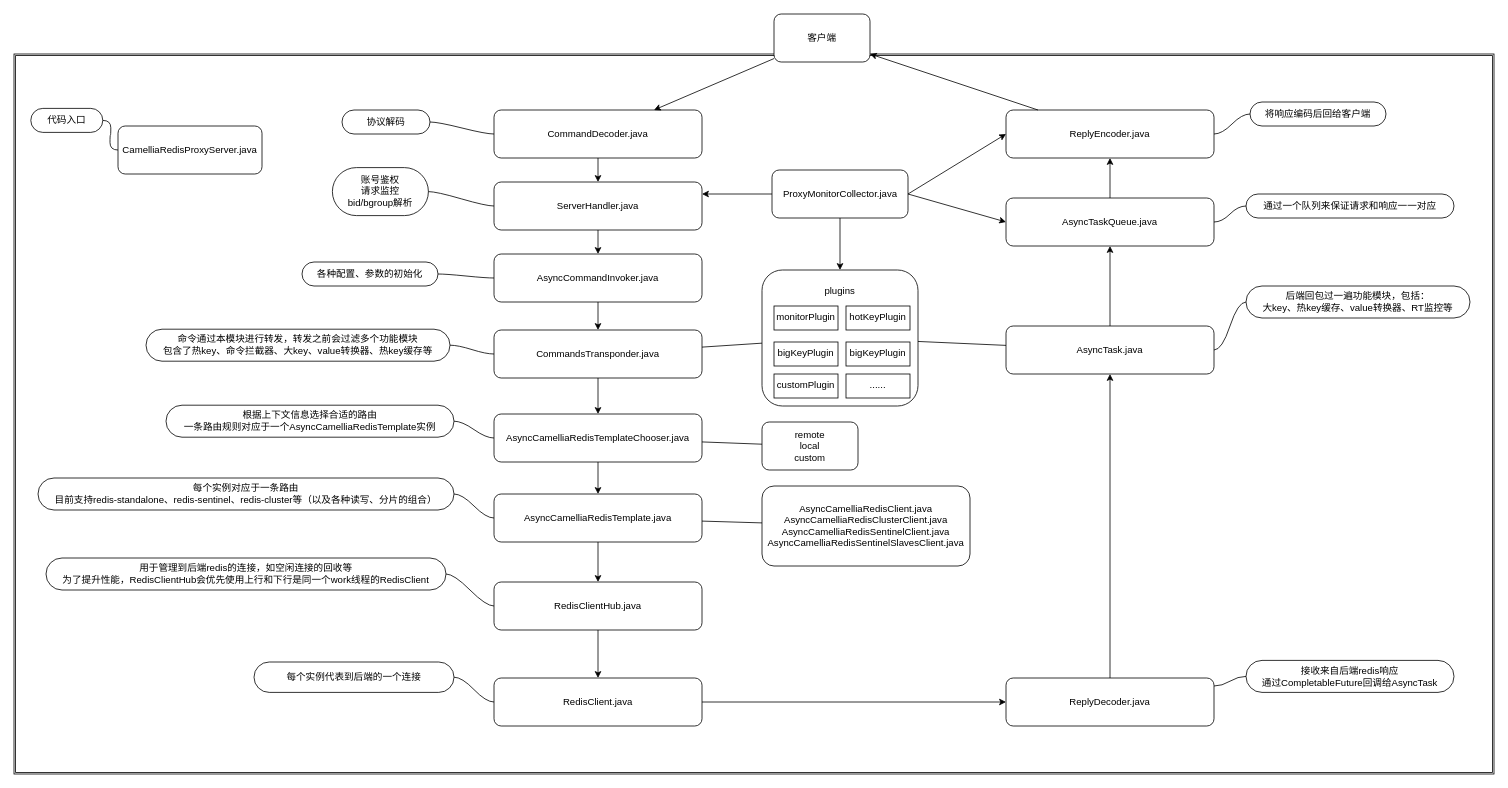
Earlier version of the draw.io diagram docs/redis-proxy/code/redis-proxy-code.drawio (netease-im/camellia). Source tidied: cells renumbered, new cells numbered last; positions are measured from the earlier drawing's top-left corner, leaving out a move shared by most shapes. Both pictures are drawn from the tidied source at 80%, with x=0, y=0 at pixel (14, 14).
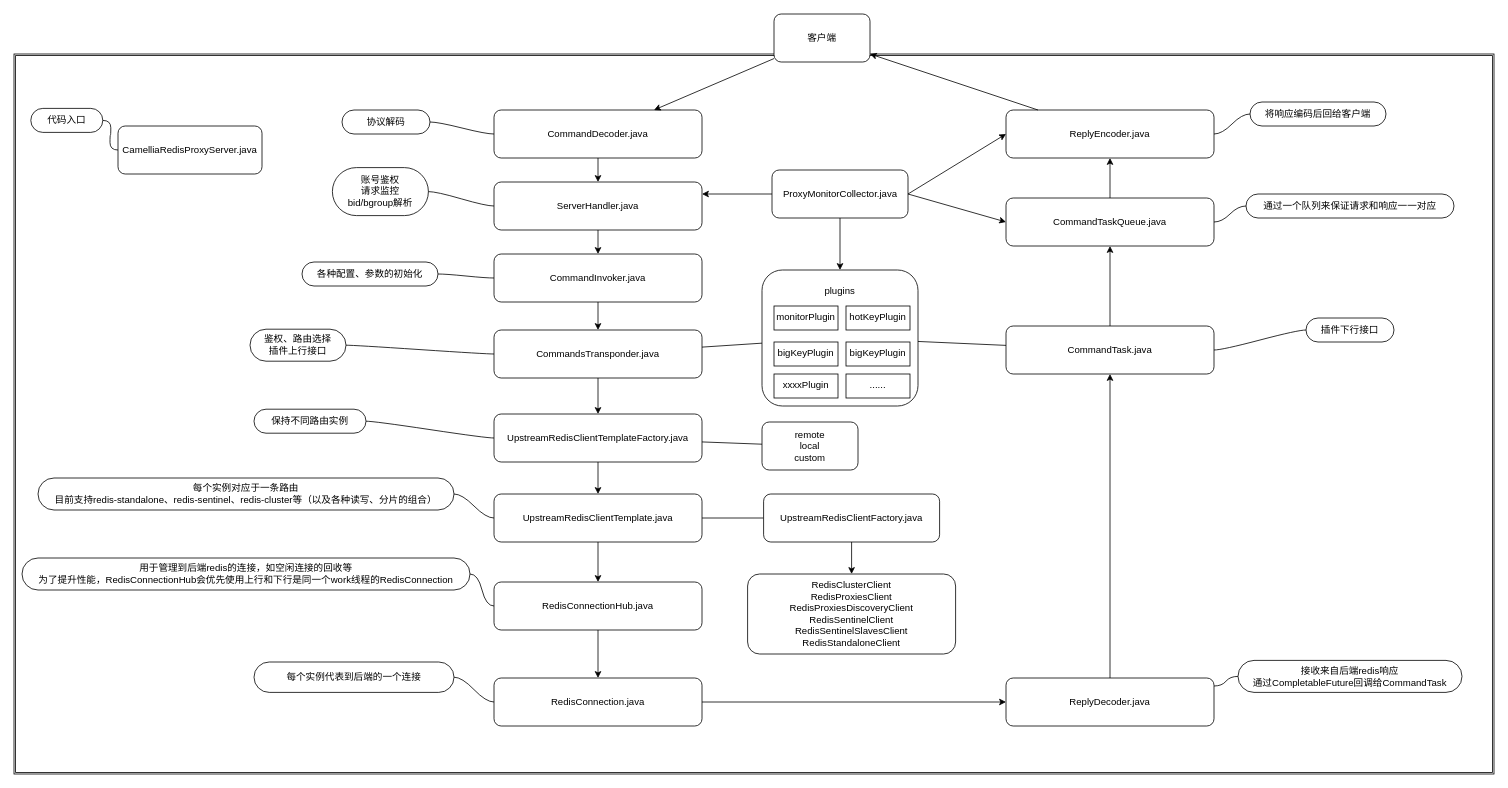
After the change.

What changed in the source:
```diff
@@
-    <mxCell id="6" value="AsyncCommandInvoker.java" style="rounded=1;whiteSpace=wrap;html=1;" parent="1" vertex="1">
+    <mxCell id="6" value="CommandInvoker.java" style="rounded=1;whiteSpace=wrap;html=1;" parent="1" vertex="1">
       <mxGeometry x="600" y="300" width="260" height="60" as="geometry" />
     </mxCell>
@@
-    <mxCell id="13" value="AsyncCamelliaRedisTemplateChooser.java" style="rounded=1;whiteSpace=wrap;html=1;" parent="1" vertex="1">
+    <mxCell id="13" value="UpstreamRedisClientTemplateFactory.java" style="rounded=1;whiteSpace=wrap;html=1;" parent="1" vertex="1">
       <mxGeometry x="600" y="500" width="260" height="60" as="geometry" />
     </mxCell>
@@
-    <mxCell id="15" value="AsyncCamelliaRedisTemplate.java" style="rounded=1;whiteSpace=wrap;html=1;" parent="1" vertex="1">
+    <mxCell id="15" value="UpstreamRedisClientTemplate.java" style="rounded=1;whiteSpace=wrap;html=1;" parent="1" vertex="1">
       <mxGeometry x="600" y="600" width="260" height="60" as="geometry" />
     </mxCell>
@@
-    <mxCell id="19" value="&lt;p style=&quot;line-height: 150% ; font-size: 12px&quot;&gt;&lt;/p&gt;&lt;div style=&quot;font-size: 12px&quot;&gt;AsyncCamelliaRedisClient.java&lt;/div&gt;&lt;div style=&quot;font-size: 12px&quot;&gt;AsyncCamelliaRedisClusterClient.java&lt;/div&gt;&lt;div style=&quot;font-size: 12px&quot;&gt;AsyncCamelliaRedisSentinelClient.java&lt;/div&gt;&lt;div style=&quot;font-size: 12px&quot;&gt;AsyncCamelliaRedisSentinelSlavesClient.java&lt;/div&gt;&lt;p style=&quot;font-size: 12px&quot;&gt;&lt;/p&gt;" style="rounded=1;whiteSpace=wrap;html=1;spacing=22;fontSize=12;spacingTop=0;" parent="1" vertex="1">
-      <mxGeometry x="935" y="590" width="260" height="100" as="geometry" />
+    <mxCell id="19" value="&lt;p style=&quot;line-height: 150% ; font-size: 12px&quot;&gt;&lt;/p&gt;&lt;div style=&quot;font-size: 12px&quot;&gt;&lt;div&gt;RedisClusterClient&lt;/div&gt;&lt;div&gt;RedisProxiesClient&lt;/div&gt;&lt;div&gt;RedisProxiesDiscoveryClient&lt;/div&gt;&lt;div&gt;RedisSentinelClient&lt;/div&gt;&lt;div&gt;RedisSentinelSlavesClient&lt;/div&gt;&lt;div&gt;RedisStandaloneClient&lt;/div&gt;&lt;/div&gt;&lt;p style=&quot;font-size: 12px&quot;&gt;&lt;/p&gt;" style="rounded=1;whiteSpace=wrap;html=1;spacing=22;fontSize=12;spacingTop=0;" parent="1" vertex="1">
+      <mxGeometry x="917" y="700" width="260" height="100" as="geometry" />
     </mxCell>
-    <mxCell id="20" style="endArrow=none;html=1;fontSize=12;" parent="1" edge="1" source="15" target="19">
+    <mxCell id="20" style="endArrow=none;html=1;fontSize=12;" parent="1" edge="1" source="15" target="74">
       <mxGeometry relative="1" as="geometry" />
     </mxCell>
@@
-    <mxCell id="27" value="命令通过本模块进行转发，转发之前会过滤多个功能模块&lt;br&gt;包含了热key、命令拦截器、大key、value转换器、热key缓存等" style="whiteSpace=wrap;html=1;rounded=1;arcSize=50;align=center;verticalAlign=middle;strokeWidth=1;spacing=4;newEdgeStyle={&quot;edgeStyle&quot;:&quot;entityRelationEdgeStyle&quot;,&quot;startArrow&quot;:&quot;none&quot;,&quot;endArrow&quot;:&quot;none&quot;,&quot;segment&quot;:10,&quot;curved&quot;:1};fontSize=12;" parent="1" vertex="1">
-      <mxGeometry x="165" y="394" width="380" height="40" as="geometry" />
+    <mxCell id="27" value="鉴权、路由选择&lt;br&gt;插件上行接口" style="whiteSpace=wrap;html=1;rounded=1;arcSize=50;align=center;verticalAlign=middle;strokeWidth=1;spacing=4;newEdgeStyle={&quot;edgeStyle&quot;:&quot;entityRelationEdgeStyle&quot;,&quot;startArrow&quot;:&quot;none&quot;,&quot;endArrow&quot;:&quot;none&quot;,&quot;segment&quot;:10,&quot;curved&quot;:1};fontSize=12;" parent="1" vertex="1">
+      <mxGeometry x="295" y="394" width="120" height="40" as="geometry" />
     </mxCell>
@@
-    <mxCell id="29" value="根据上下文信息选择合适的路由&lt;br&gt;一条路由规则对应于一个AsyncCamelliaRedisTemplate实例" style="whiteSpace=wrap;html=1;rounded=1;arcSize=50;align=center;verticalAlign=middle;strokeWidth=1;spacing=4;newEdgeStyle={&quot;edgeStyle&quot;:&quot;entityRelationEdgeStyle&quot;,&quot;startArrow&quot;:&quot;none&quot;,&quot;endArrow&quot;:&quot;none&quot;,&quot;segment&quot;:10,&quot;curved&quot;:1};fontSize=12;" parent="1" vertex="1">
-      <mxGeometry x="190" y="489" width="360" height="40" as="geometry" />
+    <mxCell id="29" value="保持不同路由实例" style="whiteSpace=wrap;html=1;rounded=1;arcSize=50;align=center;verticalAlign=middle;strokeWidth=1;spacing=4;newEdgeStyle={&quot;edgeStyle&quot;:&quot;entityRelationEdgeStyle&quot;,&quot;startArrow&quot;:&quot;none&quot;,&quot;endArrow&quot;:&quot;none&quot;,&quot;segment&quot;:10,&quot;curved&quot;:1};fontSize=12;" parent="1" vertex="1">
+      <mxGeometry x="300" y="494" width="140" height="30" as="geometry" />
     </mxCell>
@@
-    <mxCell id="33" value="RedisClientHub.java" style="rounded=1;whiteSpace=wrap;html=1;" parent="1" vertex="1">
+    <mxCell id="33" value="RedisConnectionHub.java" style="rounded=1;whiteSpace=wrap;html=1;" parent="1" vertex="1">
       <mxGeometry x="600" y="710" width="260" height="60" as="geometry" />
     </mxCell>
-    <mxCell id="34" value="RedisClient.java" style="rounded=1;whiteSpace=wrap;html=1;" parent="1" vertex="1">
+    <mxCell id="34" value="RedisConnection.java" style="rounded=1;whiteSpace=wrap;html=1;" parent="1" vertex="1">
       <mxGeometry x="600" y="830" width="260" height="60" as="geometry" />
     </mxCell>
@@
-    <mxCell id="37" value="用于管理到后端redis的连接，如空闲连接的回收等&lt;br&gt;为了提升性能，RedisClientHub会优先使用上行和下行是同一个work线程的RedisClient" style="whiteSpace=wrap;html=1;rounded=1;arcSize=50;align=center;verticalAlign=middle;strokeWidth=1;spacing=4;newEdgeStyle={&quot;edgeStyle&quot;:&quot;entityRelationEdgeStyle&quot;,&quot;startArrow&quot;:&quot;none&quot;,&quot;endArrow&quot;:&quot;none&quot;,&quot;segment&quot;:10,&quot;curved&quot;:1};fontSize=12;" parent="1" vertex="1">
-      <mxGeometry x="40" y="680" width="500" height="40" as="geometry" />
+    <mxCell id="37" value="用于管理到后端redis的连接，如空闲连接的回收等&lt;br&gt;为了提升性能，RedisConnectionHub会优先使用上行和下行是同一个work线程的RedisConnection" style="whiteSpace=wrap;html=1;rounded=1;arcSize=50;align=center;verticalAlign=middle;strokeWidth=1;spacing=4;newEdgeStyle={&quot;edgeStyle&quot;:&quot;entityRelationEdgeStyle&quot;,&quot;startArrow&quot;:&quot;none&quot;,&quot;endArrow&quot;:&quot;none&quot;,&quot;segment&quot;:10,&quot;curved&quot;:1};fontSize=12;" parent="1" vertex="1">
+      <mxGeometry x="10" y="680" width="560" height="40" as="geometry" />
     </mxCell>
@@
-    <mxCell id="44" value="AsyncTask.java" style="rounded=1;whiteSpace=wrap;html=1;" parent="1" vertex="1">
+    <mxCell id="44" value="CommandTask.java" style="rounded=1;whiteSpace=wrap;html=1;" parent="1" vertex="1">
       <mxGeometry x="1240" y="390" width="260" height="60" as="geometry" />
     </mxCell>
-    <mxCell id="45" value="AsyncTaskQueue.java" style="rounded=1;whiteSpace=wrap;html=1;" parent="1" vertex="1">
+    <mxCell id="45" value="CommandTaskQueue.java" style="rounded=1;whiteSpace=wrap;html=1;" parent="1" vertex="1">
       <mxGeometry x="1240" y="230" width="260" height="60" as="geometry" />
     </mxCell>
@@
-    <mxCell id="54" value="接收来自后端redis响应&lt;br&gt;通过CompletableFuture回调给AsyncTask" style="whiteSpace=wrap;html=1;rounded=1;arcSize=50;align=center;verticalAlign=middle;strokeWidth=1;spacing=4;newEdgeStyle={&quot;edgeStyle&quot;:&quot;entityRelationEdgeStyle&quot;,&quot;startArrow&quot;:&quot;none&quot;,&quot;endArrow&quot;:&quot;none&quot;,&quot;segment&quot;:10,&quot;curved&quot;:1};fontSize=12;" parent="1" vertex="1">
-      <mxGeometry x="1540" y="808" width="260" height="40" as="geometry" />
+    <mxCell id="54" value="接收来自后端redis响应&lt;br&gt;通过CompletableFuture回调给CommandTask" style="whiteSpace=wrap;html=1;rounded=1;arcSize=50;align=center;verticalAlign=middle;strokeWidth=1;spacing=4;newEdgeStyle={&quot;edgeStyle&quot;:&quot;entityRelationEdgeStyle&quot;,&quot;startArrow&quot;:&quot;none&quot;,&quot;endArrow&quot;:&quot;none&quot;,&quot;segment&quot;:10,&quot;curved&quot;:1};fontSize=12;" parent="1" vertex="1">
+      <mxGeometry x="1530" y="808" width="280" height="40" as="geometry" />
     </mxCell>
@@
-    <mxCell id="56" value="后端回包过一遍功能模块，包括：&lt;br&gt;大key、热key缓存、value转换器、RT监控等" style="whiteSpace=wrap;html=1;rounded=1;arcSize=50;align=center;verticalAlign=middle;strokeWidth=1;spacing=4;newEdgeStyle={&quot;edgeStyle&quot;:&quot;entityRelationEdgeStyle&quot;,&quot;startArrow&quot;:&quot;none&quot;,&quot;endArrow&quot;:&quot;none&quot;,&quot;segment&quot;:10,&quot;curved&quot;:1};fontSize=12;" parent="1" vertex="1">
-      <mxGeometry x="1540" y="340" width="280" height="40" as="geometry" />
+    <mxCell id="56" value="插件下行接口" style="whiteSpace=wrap;html=1;rounded=1;arcSize=50;align=center;verticalAlign=middle;strokeWidth=1;spacing=4;newEdgeStyle={&quot;edgeStyle&quot;:&quot;entityRelationEdgeStyle&quot;,&quot;startArrow&quot;:&quot;none&quot;,&quot;endArrow&quot;:&quot;none&quot;,&quot;segment&quot;:10,&quot;curved&quot;:1};fontSize=12;" parent="1" vertex="1">
+      <mxGeometry x="1615" y="380" width="110" height="30" as="geometry" />
     </mxCell>
@@
-    <mxCell id="69" value="customPlugin" style="rounded=0;whiteSpace=wrap;html=1;verticalAlign=top;" parent="1" vertex="1">
+    <mxCell id="69" value="xxxxPlugin" style="rounded=0;whiteSpace=wrap;html=1;verticalAlign=top;" parent="1" vertex="1">
       <mxGeometry x="950" y="450" width="80" height="30" as="geometry" />
     </mxCell>
@@
+    <mxCell id="74" value="UpstreamRedisClientFactory.java" style="rounded=1;whiteSpace=wrap;html=1;" parent="1" vertex="1">
+      <mxGeometry x="937" y="600" width="220" height="60" as="geometry" />
+    </mxCell>
+    <mxCell id="75" style="endArrow=classic;html=1;rounded=0;" parent="1" edge="1" source="74" target="19">
+      <mxGeometry relative="1" as="geometry" />
+    </mxCell>
```
